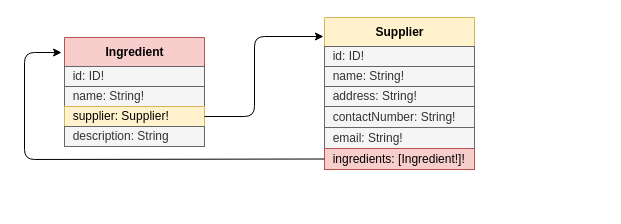
Before: page "8.8" (16 of 18) of ch08.drawio in abunuwas/microservices-apis-img, a draw.io diagram. Source tidied: cells renumbered, new cells numbered last; positions are measured from the earlier drawing's top-left corner, leaving out a move shared by most shapes. Both pictures are drawn from the tidied source at 100%, with x=0, y=0 at pixel (24, 17).
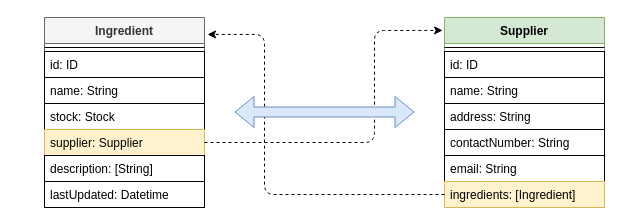
The same diagram, later.

Diff of the diagram source:
```diff
@@
-    <mxCell id="2" value="Ingredient" style="swimlane;fontStyle=1;align=center;verticalAlign=middle;horizontal=1;startSize=29;html=1;fillColor=#f8cecc;strokeColor=#b85450;" parent="1" vertex="1">
-      <mxGeometry x="40" y="20" width="140" height="109" as="geometry" />
+    <mxCell id="2" value="Ingredient" style="swimlane;fontStyle=1;align=center;verticalAlign=top;horizontal=1;startSize=26;fillColor=#f5f5f5;strokeColor=#666666;fontColor=#333333;" parent="1" vertex="1">
+      <mxGeometry x="20" width="160" height="190" as="geometry" />
     </mxCell>
-    <mxCell id="3" value="&amp;nbsp; id: ID!" style="text;html=1;strokeColor=#666666;fillColor=#f5f5f5;align=left;verticalAlign=middle;whiteSpace=wrap;rounded=0;fontColor=#333333;" parent="2" vertex="1">
-      <mxGeometry y="29" width="140" height="20" as="geometry" />
-    </mxCell>
-    <mxCell id="4" value="&amp;nbsp; name: String!" style="text;html=1;strokeColor=#666666;fillColor=#f5f5f5;align=left;verticalAlign=middle;whiteSpace=wrap;rounded=0;fontColor=#333333;" parent="2" vertex="1">
-      <mxGeometry y="49" width="140" height="20" as="geometry" />
-    </mxCell>
-    <mxCell id="5" value="&amp;nbsp; supplier: Supplier!" style="text;html=1;strokeColor=#d6b656;fillColor=#fff2cc;align=left;verticalAlign=middle;whiteSpace=wrap;rounded=0;" parent="2" vertex="1">
-      <mxGeometry y="69" width="140" height="20" as="geometry" />
-    </mxCell>
-    <mxCell id="6" value="&amp;nbsp; description: String" style="text;html=1;strokeColor=#666666;fillColor=#f5f5f5;align=left;verticalAlign=middle;whiteSpace=wrap;rounded=0;fontColor=#333333;" parent="2" vertex="1">
-      <mxGeometry y="89" width="140" height="20" as="geometry" />
-    </mxCell>
+    <mxCell id="16" style="line;strokeWidth=1;fillColor=none;align=left;verticalAlign=middle;spacingTop=-1;spacingLeft=3;spacingRight=3;labelPosition=right;" parent="2" vertex="1">
+      <mxGeometry y="26" width="160" height="8" as="geometry" />
+    </mxCell>
+    <mxCell id="17" value="id: ID" style="text;fillColor=none;align=left;verticalAlign=top;spacingLeft=4;spacingRight=4;overflow=hidden;strokeColor=#000000;" parent="2" vertex="1">
+      <mxGeometry y="34" width="160" height="26" as="geometry" />
+    </mxCell>
+    <mxCell id="18" value="name: String" style="text;align=left;verticalAlign=top;spacingLeft=4;spacingRight=4;overflow=hidden;strokeColor=#000000;" parent="2" vertex="1">
+      <mxGeometry y="60" width="160" height="26" as="geometry" />
+    </mxCell>
+    <mxCell id="19" value="stock: Stock" style="text;fillColor=none;align=left;verticalAlign=top;spacingLeft=4;spacingRight=4;overflow=hidden;strokeColor=#000000;" parent="2" vertex="1">
+      <mxGeometry y="86" width="160" height="26" as="geometry" />
+    </mxCell>
+    <mxCell id="20" value="supplier: Supplier" style="text;fillColor=#fff2cc;align=left;verticalAlign=top;spacingLeft=4;spacingRight=4;overflow=hidden;points=[[0,0.5],[1,0.5]];portConstraint=eastwest;strokeColor=#d6b656;" parent="2" vertex="1">
+      <mxGeometry y="112" width="160" height="26" as="geometry" />
+    </mxCell>
+    <mxCell id="21" value="description: [String]" style="text;fillColor=none;align=left;verticalAlign=top;spacingLeft=4;spacingRight=4;overflow=hidden;strokeColor=#000000;" parent="2" vertex="1">
+      <mxGeometry y="138" width="160" height="26" as="geometry" />
+    </mxCell>
+    <mxCell id="22" value="lastUpdated: Datetime" style="text;fillColor=none;align=left;verticalAlign=top;spacingLeft=4;spacingRight=4;overflow=hidden;strokeColor=#000000;" parent="2" vertex="1">
+      <mxGeometry y="164" width="160" height="26" as="geometry" />
+    </mxCell>
-    <mxCell id="7" value="Supplier" style="swimlane;fontStyle=1;align=center;verticalAlign=middle;horizontal=1;startSize=29;html=1;fillColor=#fff2cc;strokeColor=#d6b656;" parent="1" vertex="1">
-      <mxGeometry x="300" width="150" height="152" as="geometry" />
+    <mxCell id="7" value="Supplier" style="swimlane;fontStyle=1;align=center;verticalAlign=top;horizontal=1;startSize=26;fillColor=#d5e8d4;strokeColor=#82b366;" parent="1" vertex="1">
+      <mxGeometry x="420" width="160" height="190" as="geometry" />
     </mxCell>
-    <mxCell id="8" value="&amp;nbsp; id: ID!" style="text;html=1;strokeColor=#666666;fillColor=#f5f5f5;align=left;verticalAlign=middle;whiteSpace=wrap;rounded=0;fontColor=#333333;" parent="7" vertex="1">
-      <mxGeometry y="29" width="150" height="20" as="geometry" />
-    </mxCell>
-    <mxCell id="9" value="&amp;nbsp; name: String!" style="text;html=1;strokeColor=#666666;fillColor=#f5f5f5;align=left;verticalAlign=middle;whiteSpace=wrap;rounded=0;fontColor=#333333;" parent="7" vertex="1">
-      <mxGeometry y="49" width="150" height="20" as="geometry" />
-    </mxCell>
-    <mxCell id="10" value="&amp;nbsp; address: String!" style="text;html=1;strokeColor=#666666;fillColor=#f5f5f5;align=left;verticalAlign=middle;whiteSpace=wrap;rounded=0;fontColor=#333333;" parent="7" vertex="1">
-      <mxGeometry y="69" width="150" height="20" as="geometry" />
-    </mxCell>
-    <mxCell id="11" value="&amp;nbsp; contactNumber: String!" style="text;html=1;strokeColor=#666666;fillColor=#f5f5f5;align=left;verticalAlign=middle;whiteSpace=wrap;rounded=0;fontColor=#333333;" parent="7" vertex="1">
-      <mxGeometry y="89" width="150" height="21" as="geometry" />
-    </mxCell>
-    <mxCell id="12" value="&amp;nbsp; email: String!" style="text;html=1;strokeColor=#666666;fillColor=#f5f5f5;align=left;verticalAlign=middle;whiteSpace=wrap;rounded=0;fontColor=#333333;" parent="7" vertex="1">
-      <mxGeometry y="110" width="150" height="21" as="geometry" />
-    </mxCell>
-    <mxCell id="13" value="&amp;nbsp; ingredients: [Ingredient!]!" style="text;html=1;strokeColor=#b85450;fillColor=#f8cecc;align=left;verticalAlign=middle;whiteSpace=wrap;rounded=0;" parent="7" vertex="1">
-      <mxGeometry y="131" width="150" height="21" as="geometry" />
-    </mxCell>
-    <mxCell id="14" style="endArrow=classic;html=1;exitX=1;exitY=0.5;exitDx=0;exitDy=0;entryX=-0.007;entryY=0.125;entryDx=0;entryDy=0;entryPerimeter=0;" parent="1" edge="1" source="5" target="7">
-      <mxGeometry relative="1" as="geometry">
-        <Array as="points">
-          <mxPoint x="230" y="99" />
-          <mxPoint x="230" y="19" />
-        </Array>
-      </mxGeometry>
-    </mxCell>
-    <mxCell id="15" style="endArrow=classic;html=1;exitX=0;exitY=0.5;exitDx=0;exitDy=0;entryX=-0.021;entryY=0.138;entryDx=0;entryDy=0;entryPerimeter=0;" parent="1" edge="1" source="13" target="2">
-      <mxGeometry relative="1" as="geometry">
-        <Array as="points">
-          <mxPoint y="142" />
-          <mxPoint y="35" />
-        </Array>
-      </mxGeometry>
-    </mxCell>
+    <mxCell id="23" style="line;strokeWidth=1;fillColor=none;align=left;verticalAlign=middle;spacingTop=-1;spacingLeft=3;spacingRight=3;labelPosition=right;" parent="7" vertex="1">
+      <mxGeometry y="26" width="160" height="8" as="geometry" />
+    </mxCell>
+    <mxCell id="24" value="id: ID" style="text;fillColor=none;align=left;verticalAlign=top;spacingLeft=4;spacingRight=4;overflow=hidden;strokeColor=#000000;" parent="7" vertex="1">
+      <mxGeometry y="34" width="160" height="26" as="geometry" />
+    </mxCell>
+    <mxCell id="25" value="name: String" style="text;align=left;verticalAlign=top;spacingLeft=4;spacingRight=4;overflow=hidden;strokeColor=#000000;" parent="7" vertex="1">
+      <mxGeometry y="60" width="160" height="26" as="geometry" />
+    </mxCell>
+    <mxCell id="26" value="address: String" style="text;fillColor=none;align=left;verticalAlign=top;spacingLeft=4;spacingRight=4;overflow=hidden;strokeColor=#000000;" parent="7" vertex="1">
+      <mxGeometry y="86" width="160" height="26" as="geometry" />
+    </mxCell>
+    <mxCell id="27" value="contactNumber: String" style="text;fillColor=none;align=left;verticalAlign=top;spacingLeft=4;spacingRight=4;overflow=hidden;strokeColor=#000000;" parent="7" vertex="1">
+      <mxGeometry y="112" width="160" height="26" as="geometry" />
+    </mxCell>
+    <mxCell id="28" value="email: String" style="text;fillColor=none;align=left;verticalAlign=top;spacingLeft=4;spacingRight=4;overflow=hidden;strokeColor=#000000;" parent="7" vertex="1">
+      <mxGeometry y="138" width="160" height="26" as="geometry" />
+    </mxCell>
+    <mxCell id="29" value="ingredients: [Ingredient]" style="text;fillColor=#fff2cc;align=left;verticalAlign=top;spacingLeft=4;spacingRight=4;overflow=hidden;points=[[0,0.5],[1,0.5]];portConstraint=eastwest;strokeColor=#d6b656;" parent="7" vertex="1">
+      <mxGeometry y="164" width="160" height="26" as="geometry" />
+    </mxCell>
+    <mxCell id="30" style="endArrow=classic;html=1;exitX=1;exitY=0.5;exitDx=0;exitDy=0;entryX=-0.012;entryY=0.068;entryDx=0;entryDy=0;entryPerimeter=0;dashed=1;" parent="1" edge="1" source="20" target="7">
+      <mxGeometry relative="1" as="geometry">
+        <Array as="points">
+          <mxPoint x="350" y="125" />
+          <mxPoint x="350" y="13" />
+        </Array>
+      </mxGeometry>
+    </mxCell>
+    <mxCell id="31" style="endArrow=classic;html=1;exitX=0;exitY=0.5;exitDx=0;exitDy=0;entryX=1.019;entryY=0.089;entryDx=0;entryDy=0;entryPerimeter=0;dashed=1;" parent="1" edge="1" source="29" target="2">
+      <mxGeometry relative="1" as="geometry">
+        <Array as="points">
+          <mxPoint x="240" y="177" />
+          <mxPoint x="240" y="17" />
+        </Array>
+      </mxGeometry>
+    </mxCell>
+    <mxCell id="32" style="shape=flexArrow;endArrow=classic;startArrow=classic;html=1;fillColor=#dae8fc;strokeColor=#6c8ebf;" parent="1" edge="1">
+      <mxGeometry relative="1" as="geometry">
+        <mxPoint x="210" y="94.5" as="sourcePoint" />
+        <mxPoint x="390" y="94.5" as="targetPoint" />
+      </mxGeometry>
+    </mxCell>
```
